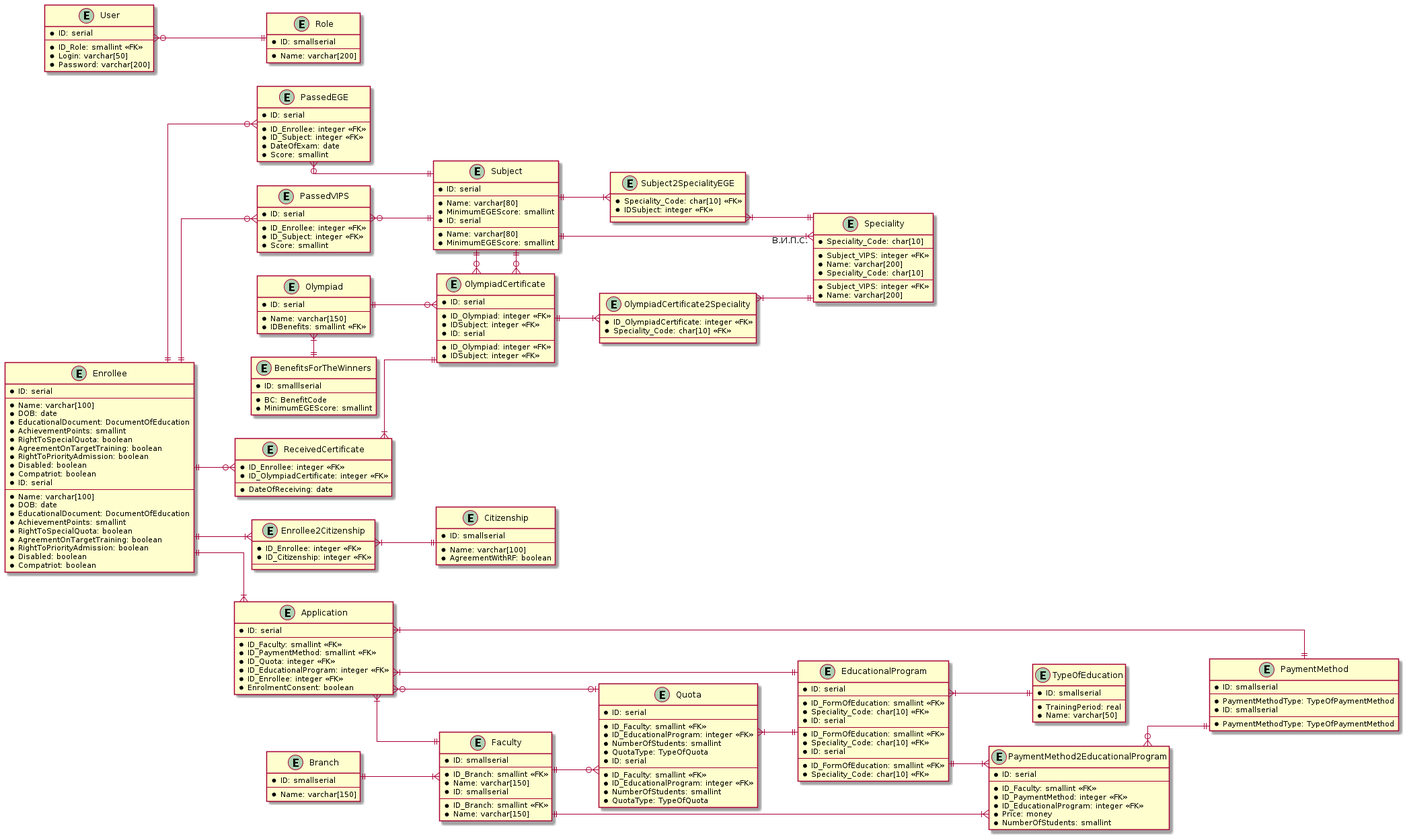
The PlantUML diagram ЛР2/united.png in CodeDesign2763/DatabaseTask, before a commit.
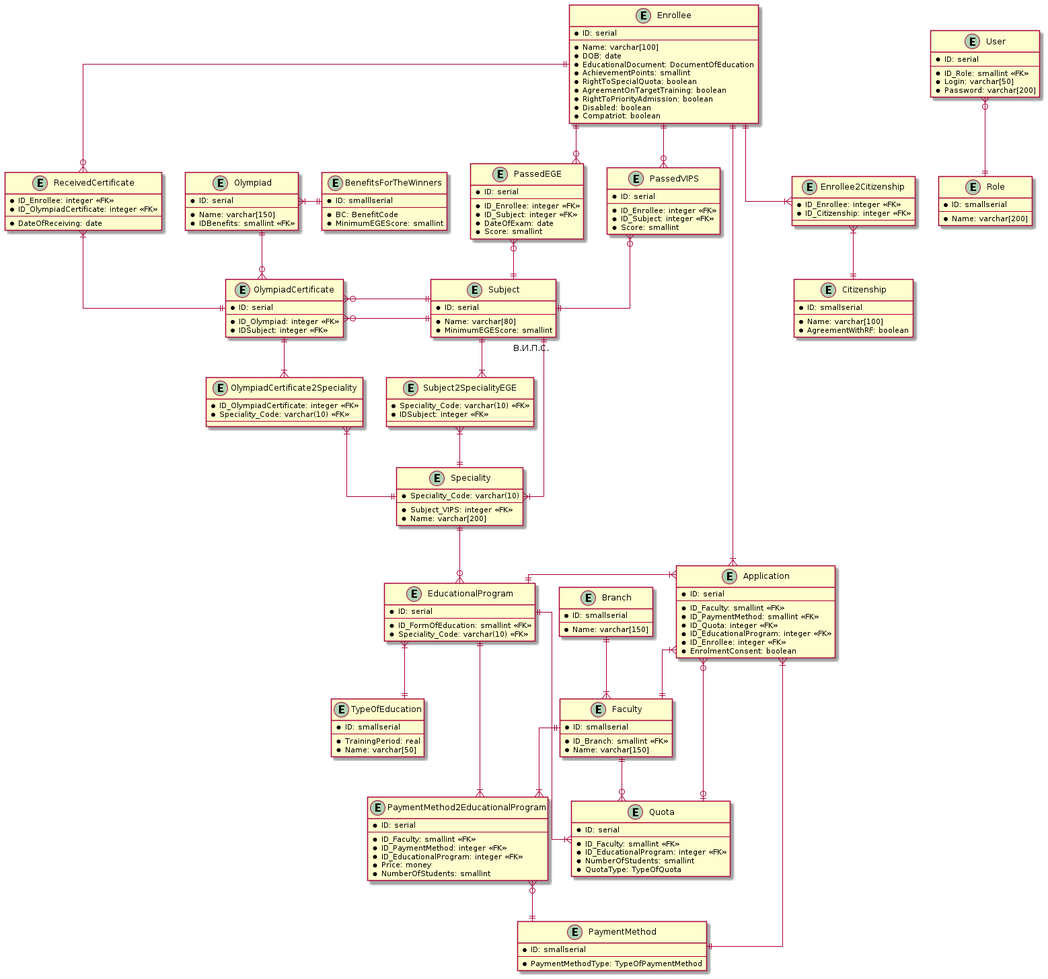
Later version of the same file.

Commit message:
Исправлена объединенная реляционная схема. У сущности Speciality и EducationalProgram изменен тип данных атрибутов Speciality_Code.

Change to the diagram source:
```diff
@@ -1,6 +1,5 @@
 @startuml
 skinparam linetype ortho
-left to right direction
 entity Branch {
 	  * ID: smallserial
 	  --
@@ -41,7 +40,7 @@
 	  * ID: serial
 	  --
 	  * ID_FormOfEducation: smallint <<FK>>
-	  * Speciality_Code: char[10] <<FK>>
+	  * Speciality_Code: varchar(10) <<FK>>
 }
 entity PaymentMethod {
 	  * ID: smallserial
@@ -51,7 +50,7 @@
 
 
 entity Speciality {
-	* Speciality_Code: char[10]
+	* Speciality_Code: varchar(10)
 	--
 	* Subject_VIPS: integer <<FK>>
 	* Name: varchar[200]
@@ -66,22 +65,10 @@
 
 
 skinparam linetype ortho
-entity Speciality {
-	* Speciality_Code: char[10]
-	--
-	* Subject_VIPS: integer <<FK>>
-	* Name: varchar[200]
-}
 entity Subject2SpecialityEGE {
-	* Speciality_Code: char[10] <<FK>>
+	* Speciality_Code: varchar(10) <<FK>>
 	* IDSubject: integer <<FK>>
 	--
-}
-entity Subject {
-	* ID: serial
-	--
-	* Name: varchar[80]
-	* MinimumEGEScore: smallint
 }
 
 entity BenefitsForTheWinners {
@@ -105,16 +92,10 @@
 }
 entity OlympiadCertificate2Speciality {
 	* ID_OlympiadCertificate: integer <<FK>>
-	* Speciality_Code: char[10] <<FK>>
+	* Speciality_Code: varchar(10) <<FK>>
 	--
 }
 
-entity EducationalProgram {
-	  * ID: serial
-	  --
-	  * ID_FormOfEducation: smallint <<FK>>
-	  * Speciality_Code: char[10] <<FK>>
-}
 
 
 
@@ -138,12 +119,6 @@
 	* ID_OlympiadCertificate: integer <<FK>>
 	--
 	* DateOfReceiving: date
-}
-entity OlympiadCertificate {
-	* ID: serial
-	--
-	* ID_Olympiad: integer <<FK>>
-	* IDSubject: integer <<FK>>
 }
 entity PassedEGE {
 	* ID: serial
@@ -181,19 +156,6 @@
 
 
 skinparam linetype ortho
-entity Enrollee {
-	* ID: serial
-	--
-	* Name: varchar[100]
-	* DOB: date
-	* EducationalDocument: DocumentOfEducation
-	* AchievementPoints: smallint
-	* RightToSpecialQuota: boolean
-	* AgreementOnTargetTraining: boolean
-	* RightToPriorityAdmission: boolean
-	* Disabled: boolean
-	* Compatriot: boolean
-}
 entity Application {
 	* ID: serial
 	--
@@ -203,31 +165,6 @@
 	* ID_EducationalProgram: integer <<FK>>
 	* ID_Enrollee: integer <<FK>>
 	* EnrolmentConsent: boolean
-}
-entity EducationalProgram {
-	  * ID: serial
-	  --
-	  * ID_FormOfEducation: smallint <<FK>>
-	  * Speciality_Code: char[10] <<FK>>
-}
-entity PaymentMethod {
-	  * ID: smallserial
-	  --
-	  * PaymentMethodType: TypeOfPaymentMethod
-}
-entity Faculty {
-	  * ID: smallserial
-	  --
-	  * ID_Branch: smallint <<FK>>
-	  * Name: varchar[150]
-}
-entity Quota {
-	* ID: serial
-	--
-	* ID_Faculty: smallint <<FK>>
-	* ID_EducationalProgram: integer <<FK>>
-	* NumberOfStudents: smallint
-	* QuotaType: TypeOfQuota
 }
 
 
@@ -273,5 +210,6 @@
 Speciality }|-left-|| "В.И.П.С." Subject
 Subject2SpecialityEGE }|--|| Speciality
 Subject ||--|{ Subject2SpecialityEGE
+Speciality ||--o{ EducationalProgram
 User }o--|| Role
 @enduml
```
